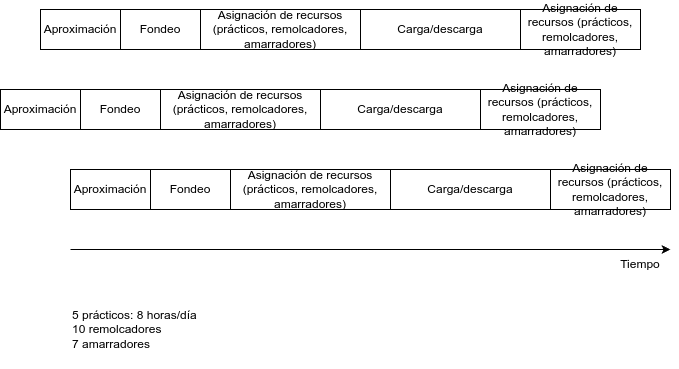
Above: images/schema.png in kaizten/tfg_aythami-perez-vega (draw.io), before the change. Source tidied: cells renumbered, new cells last; positions are measured from the earlier drawing's top-left corner, leaving out a move shared by most shapes. Its diagram source:
```xml
<mxGraphModel>
  <root>
    <mxCell id="0" />
    <mxCell id="1" parent="0" />
    <mxCell id="2" style="rounded=0;whiteSpace=wrap;html=1;" parent="1" vertex="1">
      <mxGeometry x="70" y="160" width="600" height="40" as="geometry" />
    </mxCell>
    <mxCell id="3" value="Tiempo" style="text;html=1;align=center;verticalAlign=middle;whiteSpace=wrap;rounded=0;" parent="1" vertex="1">
      <mxGeometry x="610" y="240" width="60" height="30" as="geometry" />
    </mxCell>
    <mxCell id="4" style="endArrow=classic;html=1;entryX=1;entryY=0;entryDx=0;entryDy=0;" parent="1" edge="1" target="3">
      <mxGeometry relative="1" as="geometry">
        <mxPoint x="70" y="240" as="sourcePoint" />
      </mxGeometry>
    </mxCell>
    <mxCell id="5" value="Aproximación" style="rounded=0;whiteSpace=wrap;html=1;" parent="1" vertex="1">
      <mxGeometry x="70" y="160" width="80" height="40" as="geometry" />
    </mxCell>
    <mxCell id="6" value="Fondeo" style="rounded=0;whiteSpace=wrap;html=1;" parent="1" vertex="1">
      <mxGeometry x="150" y="160" width="80" height="40" as="geometry" />
    </mxCell>
    <mxCell id="7" value="Asignación de recursos (prácticos, remolcadores, amarradores)" style="rounded=0;whiteSpace=wrap;html=1;" parent="1" vertex="1">
      <mxGeometry x="230" y="160" width="160" height="40" as="geometry" />
    </mxCell>
    <mxCell id="8" value="Carga/descarga" style="rounded=0;whiteSpace=wrap;html=1;" parent="1" vertex="1">
      <mxGeometry x="390" y="160" width="160" height="40" as="geometry" />
    </mxCell>
    <mxCell id="9" value="Asignación de recursos (prácticos, remolcadores, amarradores)" style="rounded=0;whiteSpace=wrap;html=1;" parent="1" vertex="1">
      <mxGeometry x="550" y="160" width="120" height="40" as="geometry" />
    </mxCell>
    <mxCell id="10" value="5 prácticos: 8 horas/día&lt;div&gt;10 remolcadores&lt;/div&gt;&lt;div&gt;7 amarradores&lt;/div&gt;" style="text;html=1;align=left;verticalAlign=middle;whiteSpace=wrap;rounded=0;" parent="1" vertex="1">
      <mxGeometry x="70" y="280" width="200" height="80" as="geometry" />
    </mxCell>
    <mxCell id="11" style="rounded=0;whiteSpace=wrap;html=1;" parent="1" vertex="1">
      <mxGeometry y="80" width="600" height="40" as="geometry" />
    </mxCell>
    <mxCell id="12" value="Aproximación" style="rounded=0;whiteSpace=wrap;html=1;" parent="1" vertex="1">
      <mxGeometry y="80" width="80" height="40" as="geometry" />
    </mxCell>
    <mxCell id="13" value="Fondeo" style="rounded=0;whiteSpace=wrap;html=1;" parent="1" vertex="1">
      <mxGeometry x="80" y="80" width="80" height="40" as="geometry" />
    </mxCell>
    <mxCell id="14" value="Asignación de recursos (prácticos, remolcadores, amarradores)" style="rounded=0;whiteSpace=wrap;html=1;" parent="1" vertex="1">
      <mxGeometry x="160" y="80" width="160" height="40" as="geometry" />
    </mxCell>
    <mxCell id="15" value="Carga/descarga" style="rounded=0;whiteSpace=wrap;html=1;" parent="1" vertex="1">
      <mxGeometry x="320" y="80" width="160" height="40" as="geometry" />
    </mxCell>
    <mxCell id="16" value="Asignación de recursos (prácticos, remolcadores, amarradores)" style="rounded=0;whiteSpace=wrap;html=1;" parent="1" vertex="1">
      <mxGeometry x="480" y="80" width="120" height="40" as="geometry" />
    </mxCell>
    <mxCell id="17" style="rounded=0;whiteSpace=wrap;html=1;" parent="1" vertex="1">
      <mxGeometry x="40" width="600" height="40" as="geometry" />
    </mxCell>
    <mxCell id="18" value="Aproximación" style="rounded=0;whiteSpace=wrap;html=1;" parent="1" vertex="1">
      <mxGeometry x="40" width="80" height="40" as="geometry" />
    </mxCell>
    <mxCell id="19" value="Fondeo" style="rounded=0;whiteSpace=wrap;html=1;" parent="1" vertex="1">
      <mxGeometry x="120" width="80" height="40" as="geometry" />
    </mxCell>
    <mxCell id="20" value="Asignación de recursos (prácticos, remolcadores, amarradores)" style="rounded=0;whiteSpace=wrap;html=1;" parent="1" vertex="1">
      <mxGeometry x="200" width="160" height="40" as="geometry" />
    </mxCell>
    <mxCell id="21" value="Carga/descarga" style="rounded=0;whiteSpace=wrap;html=1;" parent="1" vertex="1">
      <mxGeometry x="360" width="160" height="40" as="geometry" />
    </mxCell>
    <mxCell id="22" value="Asignación de recursos (prácticos, remolcadores, amarradores)" style="rounded=0;whiteSpace=wrap;html=1;" parent="1" vertex="1">
      <mxGeometry x="520" width="120" height="40" as="geometry" />
    </mxCell>
  </root>
</mxGraphModel>
```
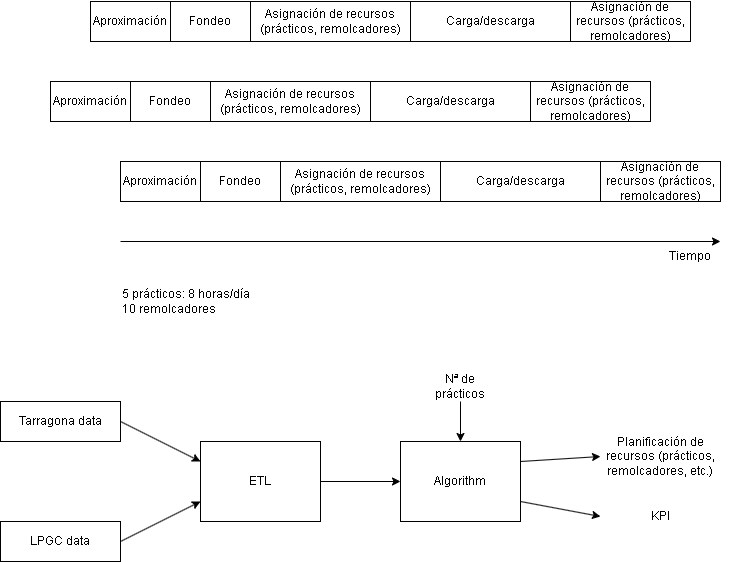
After the commit.

The edit, as a diff of the source:
```diff
@@ -19,17 +19,17 @@
     <mxCell id="6" value="Fondeo" style="rounded=0;whiteSpace=wrap;html=1;" parent="1" vertex="1">
       <mxGeometry x="150" y="160" width="80" height="40" as="geometry" />
     </mxCell>
-    <mxCell id="7" value="Asignación de recursos (prácticos, remolcadores, amarradores)" style="rounded=0;whiteSpace=wrap;html=1;" parent="1" vertex="1">
+    <mxCell id="7" value="Asignación de recursos (prácticos, remolcadores)" style="rounded=0;whiteSpace=wrap;html=1;" parent="1" vertex="1">
       <mxGeometry x="230" y="160" width="160" height="40" as="geometry" />
     </mxCell>
     <mxCell id="8" value="Carga/descarga" style="rounded=0;whiteSpace=wrap;html=1;" parent="1" vertex="1">
       <mxGeometry x="390" y="160" width="160" height="40" as="geometry" />
     </mxCell>
-    <mxCell id="9" value="Asignación de recursos (prácticos, remolcadores, amarradores)" style="rounded=0;whiteSpace=wrap;html=1;" parent="1" vertex="1">
+    <mxCell id="9" value="Asignación de recursos (prácticos, remolcadores)" style="rounded=0;whiteSpace=wrap;html=1;" parent="1" vertex="1">
       <mxGeometry x="550" y="160" width="120" height="40" as="geometry" />
     </mxCell>
-    <mxCell id="10" value="5 prácticos: 8 horas/día&lt;div&gt;10 remolcadores&lt;/div&gt;&lt;div&gt;7 amarradores&lt;/div&gt;" style="text;html=1;align=left;verticalAlign=middle;whiteSpace=wrap;rounded=0;" parent="1" vertex="1">
-      <mxGeometry x="70" y="280" width="200" height="80" as="geometry" />
+    <mxCell id="10" value="5 prácticos: 8 horas/día&lt;div&gt;10 remolcadores&lt;/div&gt;" style="text;html=1;align=left;verticalAlign=middle;whiteSpace=wrap;rounded=0;" parent="1" vertex="1">
+      <mxGeometry x="70" y="280" width="200" height="40" as="geometry" />
     </mxCell>
     <mxCell id="11" style="rounded=0;whiteSpace=wrap;html=1;" parent="1" vertex="1">
       <mxGeometry y="80" width="600" height="40" as="geometry" />
@@ -40,13 +40,13 @@
     <mxCell id="13" value="Fondeo" style="rounded=0;whiteSpace=wrap;html=1;" parent="1" vertex="1">
       <mxGeometry x="80" y="80" width="80" height="40" as="geometry" />
     </mxCell>
-    <mxCell id="14" value="Asignación de recursos (prácticos, remolcadores, amarradores)" style="rounded=0;whiteSpace=wrap;html=1;" parent="1" vertex="1">
+    <mxCell id="14" value="Asignación de recursos (prácticos, remolcadores)" style="rounded=0;whiteSpace=wrap;html=1;" parent="1" vertex="1">
       <mxGeometry x="160" y="80" width="160" height="40" as="geometry" />
     </mxCell>
     <mxCell id="15" value="Carga/descarga" style="rounded=0;whiteSpace=wrap;html=1;" parent="1" vertex="1">
       <mxGeometry x="320" y="80" width="160" height="40" as="geometry" />
     </mxCell>
-    <mxCell id="16" value="Asignación de recursos (prácticos, remolcadores, amarradores)" style="rounded=0;whiteSpace=wrap;html=1;" parent="1" vertex="1">
+    <mxCell id="16" value="Asignación de recursos (prácticos, remolcadores)" style="rounded=0;whiteSpace=wrap;html=1;" parent="1" vertex="1">
       <mxGeometry x="480" y="80" width="120" height="40" as="geometry" />
     </mxCell>
     <mxCell id="17" style="rounded=0;whiteSpace=wrap;html=1;" parent="1" vertex="1">
@@ -58,14 +58,53 @@
     <mxCell id="19" value="Fondeo" style="rounded=0;whiteSpace=wrap;html=1;" parent="1" vertex="1">
       <mxGeometry x="120" width="80" height="40" as="geometry" />
     </mxCell>
-    <mxCell id="20" value="Asignación de recursos (prácticos, remolcadores, amarradores)" style="rounded=0;whiteSpace=wrap;html=1;" parent="1" vertex="1">
+    <mxCell id="20" value="Asignación de recursos (prácticos, remolcadores)" style="rounded=0;whiteSpace=wrap;html=1;" parent="1" vertex="1">
       <mxGeometry x="200" width="160" height="40" as="geometry" />
     </mxCell>
     <mxCell id="21" value="Carga/descarga" style="rounded=0;whiteSpace=wrap;html=1;" parent="1" vertex="1">
       <mxGeometry x="360" width="160" height="40" as="geometry" />
     </mxCell>
-    <mxCell id="22" value="Asignación de recursos (prácticos, remolcadores, amarradores)" style="rounded=0;whiteSpace=wrap;html=1;" parent="1" vertex="1">
+    <mxCell id="22" value="Asignación de recursos (prácticos, remolcadores)" style="rounded=0;whiteSpace=wrap;html=1;" parent="1" vertex="1">
       <mxGeometry x="520" width="120" height="40" as="geometry" />
     </mxCell>
+    <mxCell id="23" style="edgeStyle=none;html=1;exitX=1;exitY=0.25;exitDx=0;exitDy=0;entryX=0;entryY=0.5;entryDx=0;entryDy=0;" parent="1" edge="1" source="25" target="32">
+      <mxGeometry relative="1" as="geometry" />
+    </mxCell>
+    <mxCell id="24" style="edgeStyle=none;html=1;exitX=1;exitY=0.75;exitDx=0;exitDy=0;entryX=0;entryY=0.5;entryDx=0;entryDy=0;" parent="1" edge="1" source="25" target="33">
+      <mxGeometry relative="1" as="geometry" />
+    </mxCell>
+    <mxCell id="25" value="Algorithm" style="rounded=0;whiteSpace=wrap;html=1;" parent="1" vertex="1">
+      <mxGeometry x="350" y="440" width="120" height="80" as="geometry" />
+    </mxCell>
+    <mxCell id="26" style="edgeStyle=none;html=1;exitX=1;exitY=0.5;exitDx=0;exitDy=0;entryX=0;entryY=0.25;entryDx=0;entryDy=0;" parent="1" edge="1" source="27" target="31">
+      <mxGeometry relative="1" as="geometry" />
+    </mxCell>
+    <mxCell id="27" value="Tarragona data" style="rounded=0;whiteSpace=wrap;html=1;" parent="1" vertex="1">
+      <mxGeometry x="-50" y="400" width="120" height="40" as="geometry" />
+    </mxCell>
+    <mxCell id="28" style="edgeStyle=none;html=1;exitX=1;exitY=0.5;exitDx=0;exitDy=0;entryX=0;entryY=0.75;entryDx=0;entryDy=0;" parent="1" edge="1" source="29" target="31">
+      <mxGeometry relative="1" as="geometry" />
+    </mxCell>
+    <mxCell id="29" value="LPGC data" style="rounded=0;whiteSpace=wrap;html=1;" parent="1" vertex="1">
+      <mxGeometry x="-50" y="520" width="120" height="40" as="geometry" />
+    </mxCell>
+    <mxCell id="30" style="edgeStyle=none;html=1;entryX=0;entryY=0.5;entryDx=0;entryDy=0;" parent="1" edge="1" source="31" target="25">
+      <mxGeometry relative="1" as="geometry" />
+    </mxCell>
+    <mxCell id="31" value="ETL" style="rounded=0;whiteSpace=wrap;html=1;" parent="1" vertex="1">
+      <mxGeometry x="150" y="440" width="120" height="80" as="geometry" />
+    </mxCell>
+    <mxCell id="32" value="Planificación de recursos (prácticos, remolcadores, etc.)" style="text;html=1;align=center;verticalAlign=middle;whiteSpace=wrap;rounded=0;" parent="1" vertex="1">
+      <mxGeometry x="550" y="440" width="120" height="30" as="geometry" />
+    </mxCell>
+    <mxCell id="33" value="KPI" style="text;html=1;align=center;verticalAlign=middle;whiteSpace=wrap;rounded=0;" parent="1" vertex="1">
+      <mxGeometry x="550" y="500" width="120" height="30" as="geometry" />
+    </mxCell>
+    <mxCell id="34" style="edgeStyle=none;html=1;exitX=0.5;exitY=1;exitDx=0;exitDy=0;entryX=0.5;entryY=0;entryDx=0;entryDy=0;" parent="1" edge="1" source="35" target="25">
+      <mxGeometry relative="1" as="geometry" />
+    </mxCell>
+    <mxCell id="35" value="Nª de prácticos" style="text;html=1;align=center;verticalAlign=middle;whiteSpace=wrap;rounded=0;" parent="1" vertex="1">
+      <mxGeometry x="380" y="370" width="60" height="30" as="geometry" />
+    </mxCell>
   </root>
 </mxGraphModel>
```
